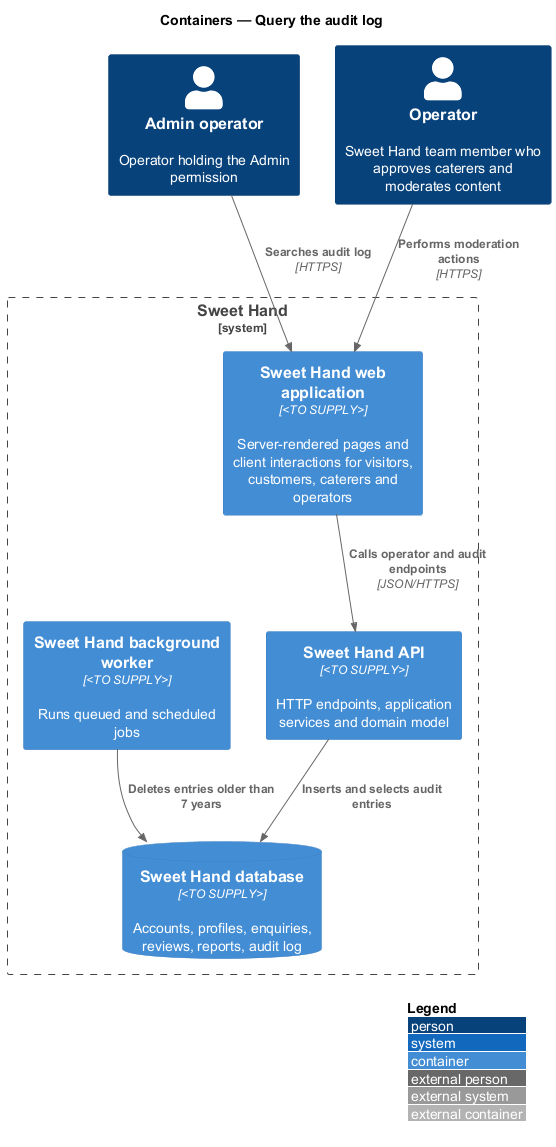
QuinntyneBrown/sweet-hand keeps this PlantUML diagram as docs/detailed-designs/moderation/query-audit-log/diagrams/c4-container.png. Above is the earlier version.
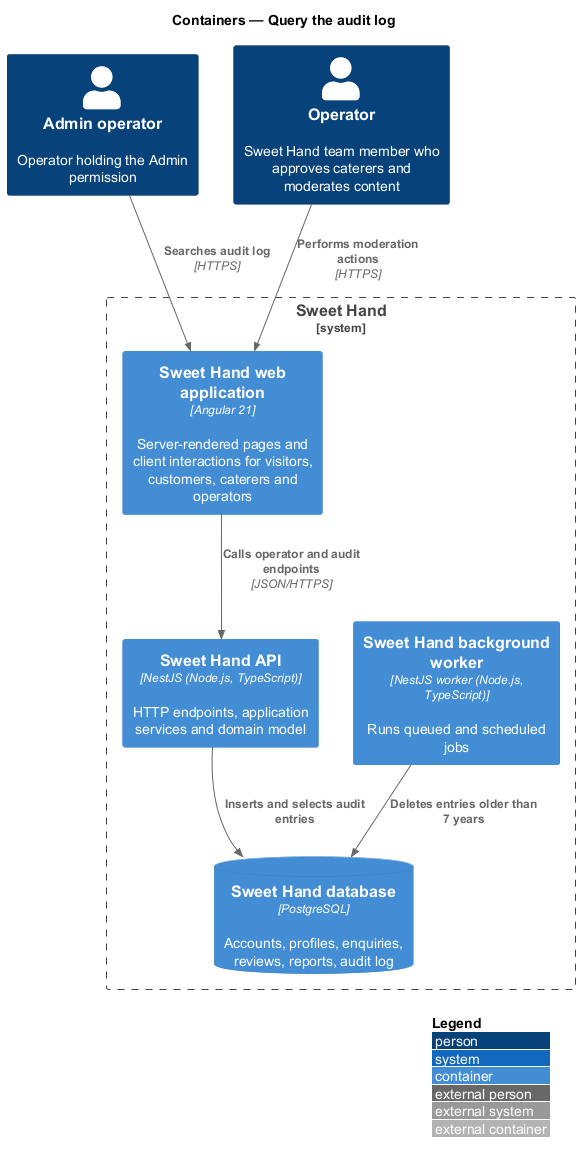
Above is the later version.

Change to the diagram source:
```diff
@@ -6,10 +6,10 @@
 Person(admin, "Admin operator", "Operator holding the Admin permission")
 Person(operator, "Operator", "Sweet Hand team member who approves caterers and moderates content")
 System_Boundary(sweethand, "Sweet Hand") {
-  Container(web, "Sweet Hand web application", "<TO SUPPLY>", "Server-rendered pages and client interactions for visitors, customers, caterers and operators")
-  Container(api, "Sweet Hand API", "<TO SUPPLY>", "HTTP endpoints, application services and domain model")
-  Container(worker, "Sweet Hand background worker", "<TO SUPPLY>", "Runs queued and scheduled jobs")
-  ContainerDb(db, "Sweet Hand database", "<TO SUPPLY>", "Accounts, profiles, enquiries, reviews, reports, audit log")
+  Container(web, "Sweet Hand web application", "Angular 21", "Server-rendered pages and client interactions for visitors, customers, caterers and operators")
+  Container(api, "Sweet Hand API", "NestJS (Node.js, TypeScript)", "HTTP endpoints, application services and domain model")
+  Container(worker, "Sweet Hand background worker", "NestJS worker (Node.js, TypeScript)", "Runs queued and scheduled jobs")
+  ContainerDb(db, "Sweet Hand database", "PostgreSQL", "Accounts, profiles, enquiries, reviews, reports, audit log")
 }
 
 Rel(operator, web, "Performs moderation actions", "HTTPS")
```
